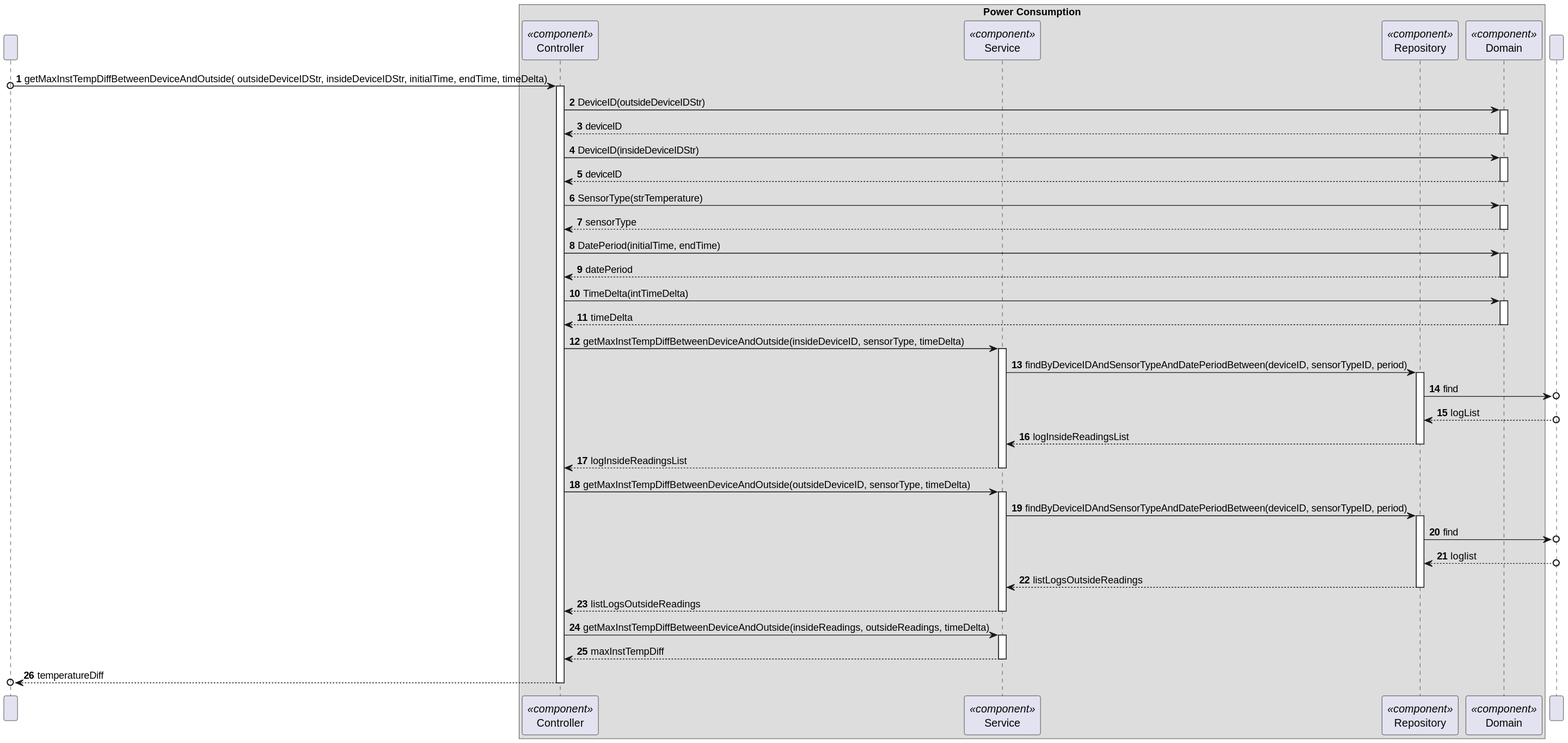
Before: docs/C4_4plus1_models/Level4/ProcessView/ProcessViewLevel4_UC13_v1.svg, a diagram exported from PlantUML (moutajDev/smarthome).
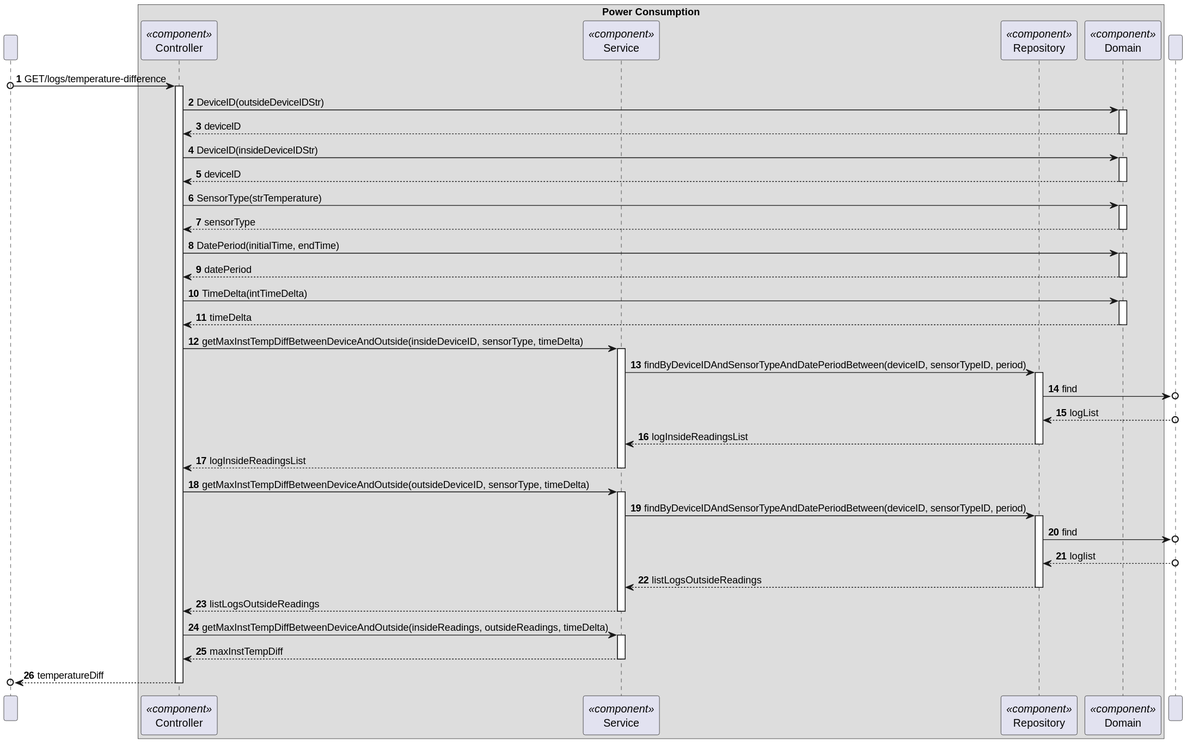
Later version of the same file.

The edit, as a diff of the source:
```diff
@@ -12,7 +12,7 @@
 
 autonumber
 
-User o-> Controller: getMaxInstTempDiffBetweenDeviceAndOutside( outsideDeviceIDStr, insideDeviceIDStr, initialTime, endTime, timeDelta)
+User o-> Controller: GET/logs/temperature-difference
 
 activate Controller
 
```
